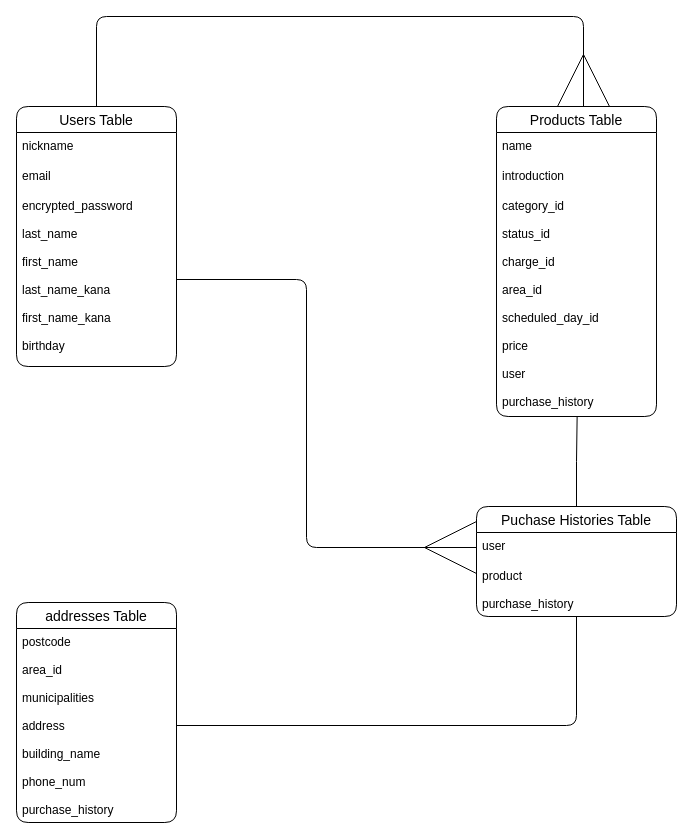
Earlier version of the draw.io diagram furima.dio (nishipee/furima-35493). Source tidied: cells renumbered, new cells numbered last; positions are measured from the earlier drawing's top-left corner, leaving out a move shared by most shapes. Both pictures are drawn from the tidied source at 100%, with x=0, y=0 at pixel (16, 16).
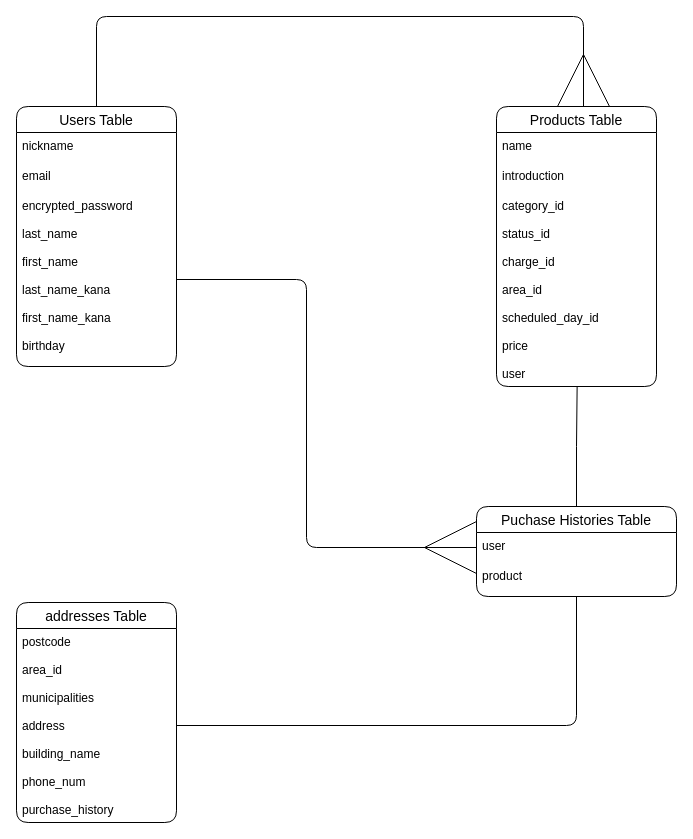
The same page after the edit.

Commit message:
データベース設計-修正5

The edit, as a diff of the source:
```diff
@@
     <mxCell id="6" value="Products Table" style="swimlane;fontStyle=0;horizontal=1;startSize=26;align=center;fontSize=14;rounded=1;" parent="1" vertex="1">
-      <mxGeometry x="480" y="90" width="160" height="310" as="geometry" />
+      <mxGeometry x="480" y="90" width="160" height="280" as="geometry" />
     </mxCell>
@@
-    <mxCell id="9" value="category_id&#10;&#10;status_id&#10;&#10;charge_id&#10;&#10;area_id&#10;&#10;scheduled_day_id&#10;&#10;price&#10;&#10;user&#10;&#10;purchase_history" style="text;strokeColor=none;fillColor=none;spacingLeft=4;spacingRight=4;overflow=hidden;points=[[0,0.5],[1,0.5]];portConstraint=eastwest;fontSize=12;rounded=1;" parent="6" vertex="1">
-      <mxGeometry y="86" width="160" height="224" as="geometry" />
+    <mxCell id="9" value="category_id&#10;&#10;status_id&#10;&#10;charge_id&#10;&#10;area_id&#10;&#10;scheduled_day_id&#10;&#10;price&#10;&#10;user" style="text;strokeColor=none;fillColor=none;spacingLeft=4;spacingRight=4;overflow=hidden;points=[[0,0.5],[1,0.5]];portConstraint=eastwest;fontSize=12;rounded=1;" parent="6" vertex="1">
+      <mxGeometry y="86" width="160" height="194" as="geometry" />
     </mxCell>
@@
     <mxCell id="15" value="Puchase Histories Table" style="swimlane;fontStyle=0;horizontal=1;startSize=26;align=center;fontSize=14;rounded=1;" parent="1" vertex="1">
-      <mxGeometry x="460" y="490" width="200" height="110" as="geometry" />
+      <mxGeometry x="460" y="490" width="200" height="90" as="geometry" />
     </mxCell>
@@
-    <mxCell id="17" value="product&#10;&#10;purchase_history" style="text;strokeColor=none;fillColor=none;spacingLeft=4;spacingRight=4;overflow=hidden;fontSize=12;" parent="15" vertex="1">
-      <mxGeometry y="56" width="200" height="54" as="geometry" />
+    <mxCell id="17" value="product" style="text;strokeColor=none;fillColor=none;spacingLeft=4;spacingRight=4;overflow=hidden;fontSize=12;" parent="15" vertex="1">
+      <mxGeometry y="56" width="200" height="34" as="geometry" />
     </mxCell>
```
